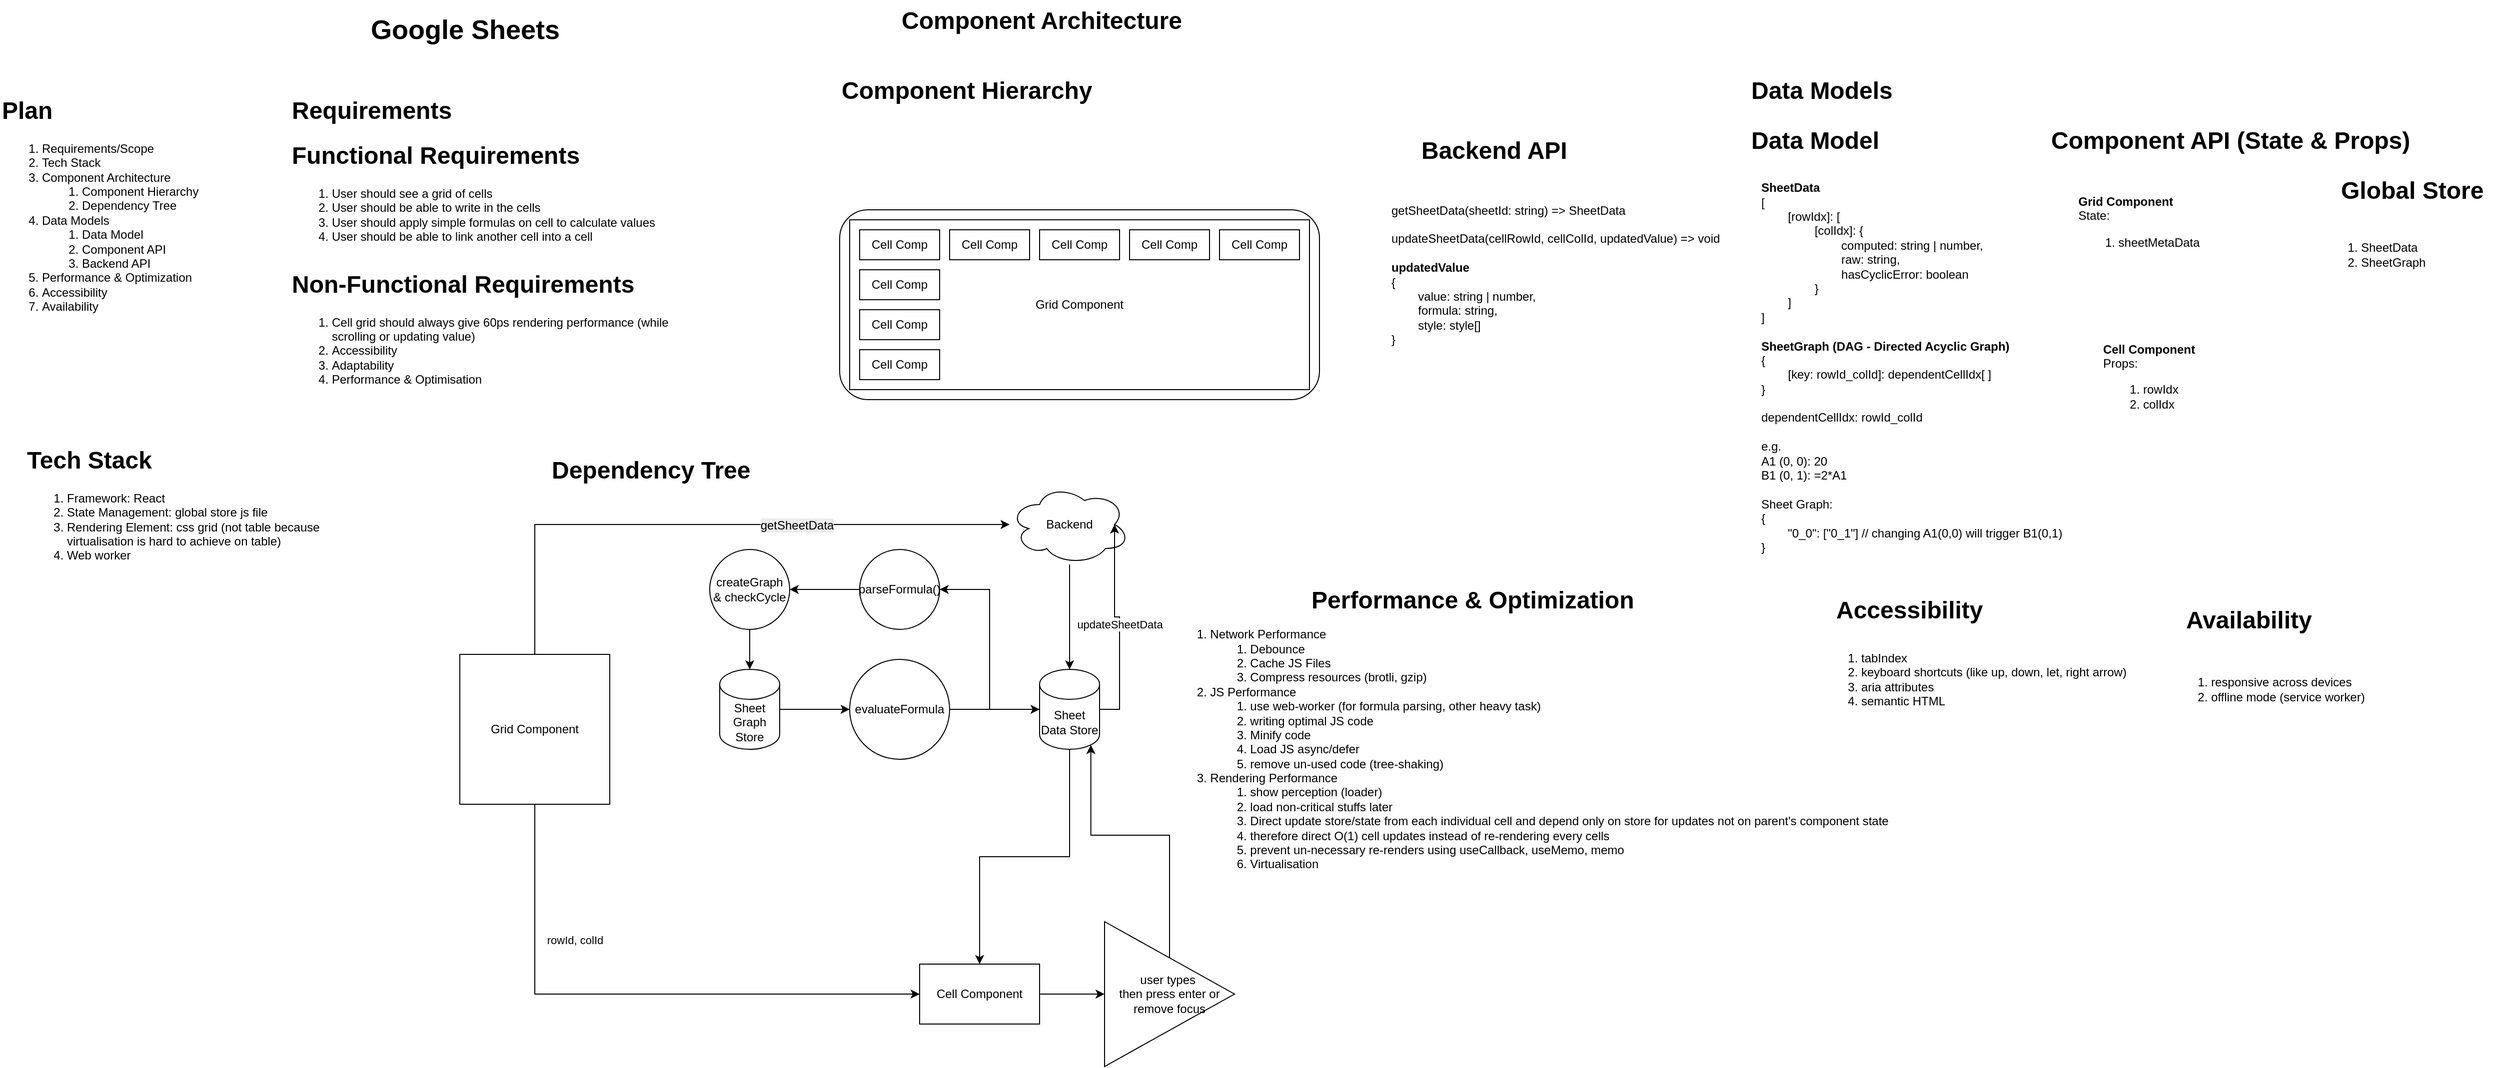
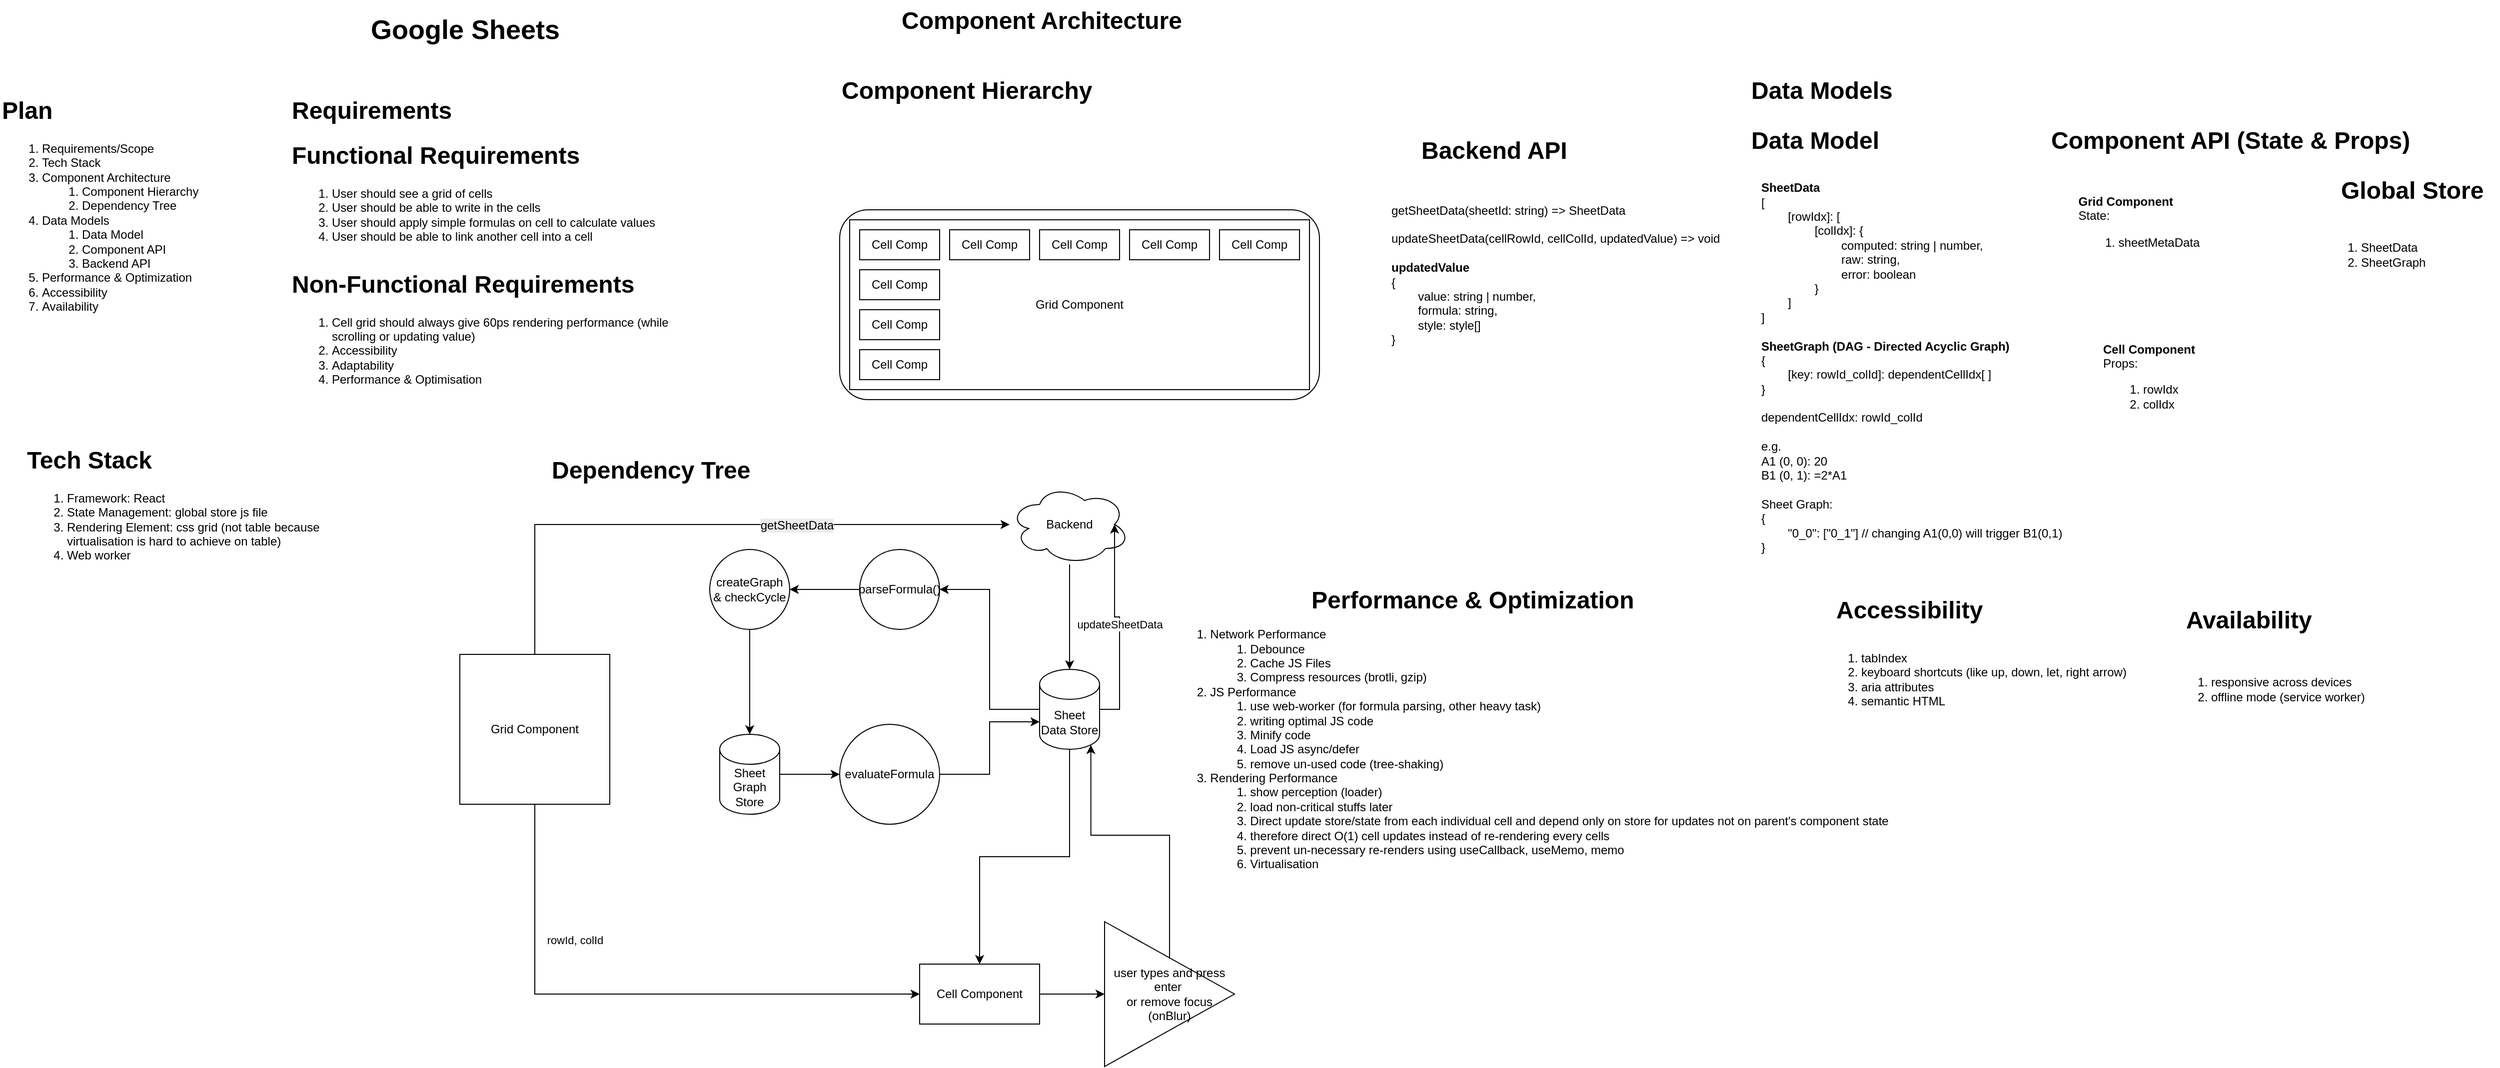
<mxfile host="app.diagrams.net">
  <diagram name="Page-1" id="GZXPSmaVhjIoUHQAW1LW">
-     <mxGraphModel dx="1294" dy="910" grid="1" gridSize="10" guides="1" tooltips="1" connect="1" arrows="1" fold="1" page="1" pageScale="1" pageWidth="850" pageHeight="1100" math="0" shadow="0">
+     <mxGraphModel dx="1522" dy="1071" grid="1" gridSize="10" guides="1" tooltips="1" connect="1" arrows="1" fold="1" page="1" pageScale="1" pageWidth="850" pageHeight="1100" math="0" shadow="0">
      <root>
        <mxCell id="0" />
        <mxCell id="1" parent="0" />
        <mxCell id="v2OB34sA-GqR4EwWEd6K-1" parent="1" style="text;strokeColor=none;fillColor=none;html=1;fontSize=27;fontStyle=1;verticalAlign=middle;align=center;autosizeText=1;" value="Google Sheets" vertex="1">
          <mxGeometry height="40" width="230" x="360" y="10" as="geometry" />
        </mxCell>
        <mxCell id="v2OB34sA-GqR4EwWEd6K-2" parent="1" style="text;html=1;whiteSpace=wrap;overflow=hidden;rounded=0;" value="&lt;h1 style=&quot;margin-top: 0px;&quot;&gt;Requirements&lt;/h1&gt;&lt;h1 style=&quot;margin-top: 0px;&quot;&gt;Functional Requirements&lt;/h1&gt;&lt;div&gt;&lt;ol&gt;&lt;li&gt;User should see a grid of cells&lt;/li&gt;&lt;li&gt;User should be able to write in the cells&lt;/li&gt;&lt;li&gt;User should apply simple formulas on cell to calculate values&lt;/li&gt;&lt;li&gt;User should be able to link another cell into a cell&lt;/li&gt;&lt;/ol&gt;&lt;div&gt;&lt;br&gt;&lt;/div&gt;&lt;/div&gt;&lt;div&gt;&lt;h1 style=&quot;margin-top: 0px;&quot;&gt;Non-Functional Requirements&lt;/h1&gt;&lt;div&gt;&lt;ol&gt;&lt;li&gt;Cell grid should always give 60ps rendering performance (while scrolling or updating value)&lt;/li&gt;&lt;li&gt;Accessibility&lt;/li&gt;&lt;li&gt;Adaptability&lt;/li&gt;&lt;li&gt;Performance &amp;amp; Optimisation&lt;/li&gt;&lt;/ol&gt;&lt;/div&gt;&lt;div&gt;&lt;ol&gt;&lt;/ol&gt;&lt;/div&gt;&lt;/div&gt;" vertex="1">
          <mxGeometry height="370" width="390" x="300" y="90" as="geometry" />
        </mxCell>
        <mxCell id="v2OB34sA-GqR4EwWEd6K-3" parent="1" style="text;html=1;whiteSpace=wrap;overflow=hidden;rounded=0;" value="&lt;h1 style=&quot;margin-top: 0px;&quot;&gt;Plan&lt;/h1&gt;&lt;p&gt;&lt;/p&gt;&lt;ol&gt;&lt;li&gt;Requirements/Scope&lt;/li&gt;&lt;li&gt;Tech Stack&lt;/li&gt;&lt;li&gt;Component Architecture&lt;/li&gt;&lt;ol&gt;&lt;li&gt;Component Hierarchy&lt;/li&gt;&lt;li&gt;Dependency Tree&lt;/li&gt;&lt;/ol&gt;&lt;li&gt;Data Models&lt;/li&gt;&lt;ol&gt;&lt;li&gt;Data Model&lt;/li&gt;&lt;li&gt;Component API&lt;/li&gt;&lt;li&gt;Backend API&lt;/li&gt;&lt;/ol&gt;&lt;li&gt;Performance &amp;amp; Optimization&amp;nbsp;&lt;/li&gt;&lt;li&gt;Accessibility&lt;/li&gt;&lt;li&gt;Availability&lt;/li&gt;&lt;/ol&gt;&lt;p&gt;&lt;/p&gt;" vertex="1">
          <mxGeometry height="230" width="230" x="10" y="90" as="geometry" />
        </mxCell>
        <mxCell id="v2OB34sA-GqR4EwWEd6K-4" parent="1" style="text;html=1;whiteSpace=wrap;overflow=hidden;rounded=0;" value="&lt;h1 style=&quot;margin-top: 0px;&quot;&gt;Tech Stack&lt;/h1&gt;&lt;p&gt;&lt;/p&gt;&lt;ol&gt;&lt;li&gt;Framework: React&lt;/li&gt;&lt;li&gt;State Management: global store js file&lt;/li&gt;&lt;li&gt;Rendering Element: css grid (not table because virtualisation is hard to achieve on table)&lt;/li&gt;&lt;li&gt;Web worker&lt;/li&gt;&lt;/ol&gt;&lt;p&gt;&lt;/p&gt;" vertex="1">
          <mxGeometry height="180" width="305" x="35" y="440" as="geometry" />
        </mxCell>
        <mxCell id="v2OB34sA-GqR4EwWEd6K-5" parent="1" style="text;whiteSpace=wrap;html=1;" value="&lt;h1 style=&quot;caret-color: rgb(0, 0, 0); color: rgb(0, 0, 0); font-family: Helvetica; font-style: normal; font-variant-caps: normal; letter-spacing: normal; orphans: 2; text-align: left; text-indent: 0px; text-transform: none; white-space: normal; widows: 2; word-spacing: 0px; -webkit-text-stroke-width: 0px; text-decoration-line: none; text-decoration-thickness: auto; text-decoration-style: solid; margin-top: 0px;&quot;&gt;Component Architecture&amp;nbsp;&lt;/h1&gt;" vertex="1">
          <mxGeometry height="40" width="310" x="910" as="geometry" />
        </mxCell>
        <mxCell id="v2OB34sA-GqR4EwWEd6K-6" parent="1" style="text;whiteSpace=wrap;html=1;" value="&lt;h1 style=&quot;caret-color: rgb(0, 0, 0); color: rgb(0, 0, 0); font-family: Helvetica; font-style: normal; font-variant-caps: normal; letter-spacing: normal; orphans: 2; text-align: left; text-indent: 0px; text-transform: none; white-space: normal; widows: 2; word-spacing: 0px; -webkit-text-stroke-width: 0px; text-decoration-line: none; text-decoration-thickness: auto; text-decoration-style: solid; margin-top: 0px;&quot;&gt;Component Hierarchy &amp;nbsp;&lt;/h1&gt;" vertex="1">
          <mxGeometry height="40" width="310" x="850" y="70" as="geometry" />
        </mxCell>
        <mxCell id="v2OB34sA-GqR4EwWEd6K-7" parent="1" style="rounded=1;whiteSpace=wrap;html=1;" value="" vertex="1">
          <mxGeometry height="190" width="480" x="850" y="210" as="geometry" />
        </mxCell>
        <mxCell id="v2OB34sA-GqR4EwWEd6K-9" parent="1" style="rounded=0;whiteSpace=wrap;html=1;" value="Grid Component" vertex="1">
          <mxGeometry height="170" width="460" x="860" y="220" as="geometry" />
        </mxCell>
        <mxCell id="v2OB34sA-GqR4EwWEd6K-11" parent="1" style="rounded=0;whiteSpace=wrap;html=1;" value="Cell Comp" vertex="1">
          <mxGeometry height="30" width="80" x="870" y="230" as="geometry" />
        </mxCell>
        <mxCell id="v2OB34sA-GqR4EwWEd6K-12" parent="1" style="rounded=0;whiteSpace=wrap;html=1;" value="Cell Comp" vertex="1">
          <mxGeometry height="30" width="80" x="960" y="230" as="geometry" />
        </mxCell>
        <mxCell id="v2OB34sA-GqR4EwWEd6K-13" parent="1" style="rounded=0;whiteSpace=wrap;html=1;" value="Cell Comp" vertex="1">
          <mxGeometry height="30" width="80" x="1050" y="230" as="geometry" />
        </mxCell>
        <mxCell id="v2OB34sA-GqR4EwWEd6K-14" parent="1" style="rounded=0;whiteSpace=wrap;html=1;" value="Cell Comp" vertex="1">
          <mxGeometry height="30" width="80" x="1140" y="230" as="geometry" />
        </mxCell>
        <mxCell id="v2OB34sA-GqR4EwWEd6K-15" parent="1" style="rounded=0;whiteSpace=wrap;html=1;" value="Cell Comp" vertex="1">
          <mxGeometry height="30" width="80" x="1230" y="230" as="geometry" />
        </mxCell>
        <mxCell id="v2OB34sA-GqR4EwWEd6K-16" parent="1" style="rounded=0;whiteSpace=wrap;html=1;" value="Cell Comp" vertex="1">
          <mxGeometry height="30" width="80" x="870" y="270" as="geometry" />
        </mxCell>
        <mxCell id="v2OB34sA-GqR4EwWEd6K-17" parent="1" style="rounded=0;whiteSpace=wrap;html=1;" value="Cell Comp" vertex="1">
          <mxGeometry height="30" width="80" x="870" y="310" as="geometry" />
        </mxCell>
        <mxCell id="v2OB34sA-GqR4EwWEd6K-18" parent="1" style="rounded=0;whiteSpace=wrap;html=1;" value="Cell Comp" vertex="1">
          <mxGeometry height="30" width="80" x="870" y="350" as="geometry" />
        </mxCell>
        <mxCell id="v2OB34sA-GqR4EwWEd6K-19" parent="1" style="text;whiteSpace=wrap;html=1;" value="&lt;h1 style=&quot;caret-color: rgb(0, 0, 0); color: rgb(0, 0, 0); font-family: Helvetica; font-style: normal; font-variant-caps: normal; letter-spacing: normal; orphans: 2; text-align: left; text-indent: 0px; text-transform: none; white-space: normal; widows: 2; word-spacing: 0px; -webkit-text-stroke-width: 0px; text-decoration-line: none; text-decoration-thickness: auto; text-decoration-style: solid; margin-top: 0px;&quot;&gt;Dependency Tree&lt;/h1&gt;" vertex="1">
          <mxGeometry height="40" width="220" x="560" y="450" as="geometry" />
        </mxCell>
        <mxCell id="v2OB34sA-GqR4EwWEd6K-20" parent="1" style="text;whiteSpace=wrap;html=1;" value="&lt;h1 style=&quot;caret-color: rgb(0, 0, 0); color: rgb(0, 0, 0); font-family: Helvetica; font-style: normal; font-variant-caps: normal; letter-spacing: normal; orphans: 2; text-align: left; text-indent: 0px; text-transform: none; white-space: normal; widows: 2; word-spacing: 0px; -webkit-text-stroke-width: 0px; text-decoration-line: none; text-decoration-thickness: auto; text-decoration-style: solid; margin-top: 0px;&quot;&gt;Data Models&lt;/h1&gt;" vertex="1">
          <mxGeometry height="40" width="310" x="1760" y="70" as="geometry" />
        </mxCell>
        <mxCell id="v2OB34sA-GqR4EwWEd6K-21" parent="1" style="text;whiteSpace=wrap;html=1;" value="&lt;h1 style=&quot;caret-color: rgb(0, 0, 0); color: rgb(0, 0, 0); font-family: Helvetica; font-style: normal; font-variant-caps: normal; letter-spacing: normal; orphans: 2; text-align: left; text-indent: 0px; text-transform: none; white-space: normal; widows: 2; word-spacing: 0px; -webkit-text-stroke-width: 0px; text-decoration-line: none; text-decoration-thickness: auto; text-decoration-style: solid; margin-top: 0px;&quot;&gt;Backend API&lt;/h1&gt;" vertex="1">
          <mxGeometry height="40" width="310" x="1430" y="130" as="geometry" />
        </mxCell>
        <mxCell id="v2OB34sA-GqR4EwWEd6K-22" parent="1" style="text;html=1;whiteSpace=wrap;strokeColor=none;fillColor=none;align=left;verticalAlign=middle;rounded=0;autosize=1;resizable=0;" value="&lt;div&gt;getSheetData(sheetId: string) =&amp;gt;&amp;nbsp;SheetData&lt;/div&gt;&lt;div&gt;&lt;br&gt;&lt;/div&gt;&lt;div&gt;updateSheetData(cellRowId, cellColId, updatedValue) =&amp;gt; void&lt;/div&gt;&lt;div&gt;&lt;br&gt;&lt;/div&gt;&lt;div&gt;&lt;b&gt;updatedValue&lt;/b&gt;&lt;br&gt;&lt;/div&gt;&lt;div&gt;{&lt;/div&gt;&lt;div&gt;&lt;span style=&quot;white-space: pre;&quot;&gt;&#x9;&lt;/span&gt;&lt;span style=&quot;white-space: pre;&quot;&gt;value: string | number,&lt;/span&gt;&lt;br&gt;&lt;/div&gt;&lt;div&gt;&lt;span style=&quot;white-space: pre;&quot;&gt;&#x9;formula: string,&lt;/span&gt;&lt;/div&gt;&lt;div&gt;&lt;span style=&quot;white-space: pre;&quot;&gt;&#x9;style: style[]&lt;/span&gt;&lt;/div&gt;&lt;div&gt;}&lt;/div&gt;" vertex="1">
          <mxGeometry height="150" width="350" x="1400" y="200" as="geometry" />
        </mxCell>
        <mxCell id="v2OB34sA-GqR4EwWEd6K-24" parent="1" style="text;whiteSpace=wrap;html=1;" value="&lt;h1 style=&quot;caret-color: rgb(0, 0, 0); color: rgb(0, 0, 0); font-family: Helvetica; font-style: normal; font-variant-caps: normal; letter-spacing: normal; orphans: 2; text-align: left; text-indent: 0px; text-transform: none; white-space: normal; widows: 2; word-spacing: 0px; -webkit-text-stroke-width: 0px; text-decoration-line: none; text-decoration-thickness: auto; text-decoration-style: solid; margin-top: 0px;&quot;&gt;Data Model&lt;/h1&gt;" vertex="1">
          <mxGeometry height="40" width="180" x="1760" y="120" as="geometry" />
        </mxCell>
-         <mxCell id="v2OB34sA-GqR4EwWEd6K-25" parent="1" style="text;html=1;whiteSpace=wrap;strokeColor=none;fillColor=none;align=left;verticalAlign=middle;rounded=0;" value="&lt;div&gt;&lt;b&gt;SheetData&lt;/b&gt;&lt;/div&gt;[&lt;div&gt;&lt;span style=&quot;white-space: pre;&quot;&gt;&#x9;[rowIdx]: [&lt;/span&gt;&lt;/div&gt;&lt;div&gt;&lt;span style=&quot;white-space: pre;&quot;&gt;&#x9;&#x9;[colIdx]: {&lt;/span&gt;&lt;/div&gt;&lt;div&gt;&lt;span style=&quot;white-space: pre;&quot;&gt;&#x9;&#x9;&#x9;computed: string | number,&lt;/span&gt;&lt;/div&gt;&lt;div&gt;&lt;span style=&quot;white-space: pre;&quot;&gt;&#x9;&#x9;&#x9;raw: string,&lt;/span&gt;&lt;/div&gt;&lt;div&gt;&lt;span style=&quot;white-space: pre;&quot;&gt;&lt;span style=&quot;white-space: pre;&quot;&gt;&#x9;&lt;/span&gt;&lt;span style=&quot;white-space: pre;&quot;&gt;&#x9;&lt;/span&gt;&lt;span style=&quot;white-space: pre;&quot;&gt;&#x9;hasCyclicError: boolean&lt;/span&gt;&lt;br&gt;&lt;/span&gt;&lt;/div&gt;&lt;div&gt;&lt;span style=&quot;white-space: pre;&quot;&gt;&#x9;&#x9;}&lt;/span&gt;&lt;/div&gt;&lt;div&gt;&lt;span style=&quot;white-space: pre;&quot;&gt;&#x9;]&lt;/span&gt;&lt;/div&gt;&lt;div&gt;]&lt;/div&gt;&lt;div&gt;&lt;br&gt;&lt;/div&gt;&lt;div&gt;&lt;b&gt;SheetGraph (DAG - Directed Acyclic Graph)&lt;/b&gt;&lt;/div&gt;&lt;div&gt;{&lt;/div&gt;&lt;div&gt;&lt;span style=&quot;white-space: pre;&quot;&gt;&#x9;[key: rowId_colId]: dependentCellIdx[ ]&lt;/span&gt;&lt;br&gt;&lt;/div&gt;&lt;div&gt;}&lt;/div&gt;&lt;div&gt;&lt;br&gt;&lt;/div&gt;&lt;div&gt;&lt;span style=&quot;white-space: pre;&quot;&gt;dependentCellIdx: &lt;/span&gt;&lt;span style=&quot;white-space: pre;&quot;&gt;rowId_colId&lt;/span&gt;&lt;/div&gt;&lt;div&gt;&lt;span style=&quot;white-space: pre;&quot;&gt;&lt;br&gt;&lt;/span&gt;&lt;/div&gt;&lt;div&gt;&lt;span style=&quot;white-space: pre;&quot;&gt;e.g.&lt;/span&gt;&lt;/div&gt;&lt;div&gt;&lt;span style=&quot;white-space: pre;&quot;&gt;A1 (0, 0): 20&lt;/span&gt;&lt;/div&gt;&lt;div&gt;&lt;span style=&quot;white-space: pre;&quot;&gt;B1 (0, 1): =2*A1&lt;/span&gt;&lt;/div&gt;&lt;div&gt;&lt;span style=&quot;white-space: pre;&quot;&gt;&lt;br&gt;&lt;/span&gt;&lt;/div&gt;&lt;div&gt;&lt;span style=&quot;white-space: pre;&quot;&gt;Sheet Graph: &lt;/span&gt;&lt;/div&gt;&lt;div&gt;&lt;span style=&quot;white-space: pre;&quot;&gt;{&lt;/span&gt;&lt;/div&gt;&lt;div&gt;&lt;span style=&quot;white-space: pre;&quot;&gt;&lt;span style=&quot;white-space: pre;&quot;&gt;&#x9;&quot;0_0&quot;: [&quot;0_1&quot;] // changing A1(0,0) will trigger B1(0,1)&lt;/span&gt;&lt;br&gt;&lt;/span&gt;&lt;/div&gt;&lt;div&gt;&lt;span style=&quot;white-space: pre;&quot;&gt;}&lt;/span&gt;&lt;/div&gt;&lt;div&gt;&lt;span style=&quot;white-space: pre;&quot;&gt;&lt;br&gt;&lt;/span&gt;&lt;/div&gt;" vertex="1">
+         <mxCell id="v2OB34sA-GqR4EwWEd6K-25" parent="1" style="text;html=1;whiteSpace=wrap;strokeColor=none;fillColor=none;align=left;verticalAlign=middle;rounded=0;" value="&lt;div&gt;&lt;b&gt;SheetData&lt;/b&gt;&lt;/div&gt;[&lt;div&gt;&lt;span style=&quot;white-space: pre;&quot;&gt;&#x9;[rowIdx]: [&lt;/span&gt;&lt;/div&gt;&lt;div&gt;&lt;span style=&quot;white-space: pre;&quot;&gt;&#x9;&#x9;[colIdx]: {&lt;/span&gt;&lt;/div&gt;&lt;div&gt;&lt;span style=&quot;white-space: pre;&quot;&gt;&#x9;&#x9;&#x9;computed: string | number,&lt;/span&gt;&lt;/div&gt;&lt;div&gt;&lt;span style=&quot;white-space: pre;&quot;&gt;&#x9;&#x9;&#x9;raw: string,&lt;/span&gt;&lt;/div&gt;&lt;div&gt;&lt;span style=&quot;white-space: pre;&quot;&gt;&lt;span style=&quot;white-space: pre;&quot;&gt;&#x9;&lt;/span&gt;&lt;span style=&quot;white-space: pre;&quot;&gt;&#x9;&lt;/span&gt;&lt;span style=&quot;white-space: pre;&quot;&gt;&#x9;error: boolean&lt;/span&gt;&lt;br&gt;&lt;/span&gt;&lt;/div&gt;&lt;div&gt;&lt;span style=&quot;white-space: pre;&quot;&gt;&#x9;&#x9;}&lt;/span&gt;&lt;/div&gt;&lt;div&gt;&lt;span style=&quot;white-space: pre;&quot;&gt;&#x9;]&lt;/span&gt;&lt;/div&gt;&lt;div&gt;]&lt;/div&gt;&lt;div&gt;&lt;br&gt;&lt;/div&gt;&lt;div&gt;&lt;b&gt;SheetGraph (DAG - Directed Acyclic Graph)&lt;/b&gt;&lt;/div&gt;&lt;div&gt;{&lt;/div&gt;&lt;div&gt;&lt;span style=&quot;white-space: pre;&quot;&gt;&#x9;[key: rowId_colId]: dependentCellIdx[ ]&lt;/span&gt;&lt;br&gt;&lt;/div&gt;&lt;div&gt;}&lt;/div&gt;&lt;div&gt;&lt;br&gt;&lt;/div&gt;&lt;div&gt;&lt;span style=&quot;white-space: pre;&quot;&gt;dependentCellIdx: &lt;/span&gt;&lt;span style=&quot;white-space: pre;&quot;&gt;rowId_colId&lt;/span&gt;&lt;/div&gt;&lt;div&gt;&lt;span style=&quot;white-space: pre;&quot;&gt;&lt;br&gt;&lt;/span&gt;&lt;/div&gt;&lt;div&gt;&lt;span style=&quot;white-space: pre;&quot;&gt;e.g.&lt;/span&gt;&lt;/div&gt;&lt;div&gt;&lt;span style=&quot;white-space: pre;&quot;&gt;A1 (0, 0): 20&lt;/span&gt;&lt;/div&gt;&lt;div&gt;&lt;span style=&quot;white-space: pre;&quot;&gt;B1 (0, 1): =2*A1&lt;/span&gt;&lt;/div&gt;&lt;div&gt;&lt;span style=&quot;white-space: pre;&quot;&gt;&lt;br&gt;&lt;/span&gt;&lt;/div&gt;&lt;div&gt;&lt;span style=&quot;white-space: pre;&quot;&gt;Sheet Graph: &lt;/span&gt;&lt;/div&gt;&lt;div&gt;&lt;span style=&quot;white-space: pre;&quot;&gt;{&lt;/span&gt;&lt;/div&gt;&lt;div&gt;&lt;span style=&quot;white-space: pre;&quot;&gt;&lt;span style=&quot;white-space: pre;&quot;&gt;&#x9;&quot;0_0&quot;: [&quot;0_1&quot;] // changing A1(0,0) will trigger B1(0,1)&lt;/span&gt;&lt;br&gt;&lt;/span&gt;&lt;/div&gt;&lt;div&gt;&lt;span style=&quot;white-space: pre;&quot;&gt;}&lt;/span&gt;&lt;/div&gt;&lt;div&gt;&lt;span style=&quot;white-space: pre;&quot;&gt;&lt;br&gt;&lt;/span&gt;&lt;/div&gt;" vertex="1">
          <mxGeometry height="370" width="310" x="1770" y="190" as="geometry" />
        </mxCell>
        <mxCell id="v2OB34sA-GqR4EwWEd6K-27" parent="1" style="text;whiteSpace=wrap;html=1;" value="&lt;h1 style=&quot;caret-color: rgb(0, 0, 0); color: rgb(0, 0, 0); font-family: Helvetica; font-style: normal; font-variant-caps: normal; letter-spacing: normal; orphans: 2; text-align: left; text-indent: 0px; text-transform: none; white-space: normal; widows: 2; word-spacing: 0px; -webkit-text-stroke-width: 0px; text-decoration-line: none; text-decoration-thickness: auto; text-decoration-style: solid; margin-top: 0px;&quot;&gt;Component API (State &amp;amp; Props)&lt;/h1&gt;" vertex="1">
          <mxGeometry height="40" width="370" x="2060" y="120" as="geometry" />
        </mxCell>
        <mxCell id="v2OB34sA-GqR4EwWEd6K-30" parent="1" style="text;html=1;whiteSpace=wrap;strokeColor=none;fillColor=none;align=center;verticalAlign=middle;rounded=0;autosize=1;resizable=0;" value="&lt;div style=&quot;text-align: left;&quot;&gt;&lt;b&gt;Grid Component&lt;/b&gt;&lt;/div&gt;&lt;div style=&quot;text-align: left;&quot;&gt;State:&lt;/div&gt;&lt;div style=&quot;text-align: left;&quot;&gt;&lt;ol&gt;&lt;li&gt;sheetMetaData&lt;/li&gt;&lt;/ol&gt;&lt;/div&gt;&lt;div&gt;&lt;br&gt;&lt;/div&gt;" vertex="1">
          <mxGeometry height="90" width="140" x="2080" y="190" as="geometry" />
        </mxCell>
        <mxCell id="v2OB34sA-GqR4EwWEd6K-32" parent="1" style="text;html=1;whiteSpace=wrap;strokeColor=none;fillColor=none;align=center;verticalAlign=middle;rounded=0;autosize=1;resizable=0;" value="&lt;div style=&quot;text-align: left;&quot;&gt;&lt;b&gt;Cell Component&lt;/b&gt;&lt;/div&gt;&lt;div style=&quot;text-align: left;&quot;&gt;Props:&lt;br&gt;&lt;/div&gt;&lt;div style=&quot;&quot;&gt;&lt;ol&gt;&lt;li style=&quot;text-align: left;&quot;&gt;rowIdx&lt;/li&gt;&lt;li style=&quot;text-align: left;&quot;&gt;colIdx&lt;/li&gt;&lt;/ol&gt;&lt;/div&gt;&lt;div&gt;&lt;br&gt;&lt;/div&gt;" vertex="1">
          <mxGeometry height="110" width="120" x="2100" y="335" as="geometry" />
        </mxCell>
        <mxCell id="v2OB34sA-GqR4EwWEd6K-33" parent="1" style="text;whiteSpace=wrap;html=1;" value="&lt;h1 style=&quot;caret-color: rgb(0, 0, 0); color: rgb(0, 0, 0); font-family: Helvetica; font-style: normal; font-variant-caps: normal; letter-spacing: normal; orphans: 2; text-align: left; text-indent: 0px; text-transform: none; white-space: normal; widows: 2; word-spacing: 0px; -webkit-text-stroke-width: 0px; text-decoration-line: none; text-decoration-thickness: auto; text-decoration-style: solid; margin-top: 0px;&quot;&gt;Global Store&lt;/h1&gt;" vertex="1">
          <mxGeometry height="40" width="160" x="2350" y="170" as="geometry" />
        </mxCell>
        <mxCell id="v2OB34sA-GqR4EwWEd6K-34" parent="1" style="text;html=1;whiteSpace=wrap;strokeColor=none;fillColor=none;align=left;verticalAlign=middle;rounded=0;autosize=1;resizable=0;" value="&lt;div style=&quot;&quot;&gt;&lt;ol&gt;&lt;li&gt;SheetData&lt;br&gt;&lt;/li&gt;&lt;li&gt;SheetGraph&lt;br&gt;&lt;/li&gt;&lt;/ol&gt;&lt;/div&gt;" vertex="1">
          <mxGeometry height="70" width="130" x="2330" y="220" as="geometry" />
        </mxCell>
        <mxCell id="v2OB34sA-GqR4EwWEd6K-46" edge="1" parent="1" source="v2OB34sA-GqR4EwWEd6K-36" style="edgeStyle=orthogonalEdgeStyle;rounded=0;orthogonalLoop=1;jettySize=auto;html=1;entryX=0;entryY=0.5;entryDx=0;entryDy=0;exitX=0.5;exitY=1;exitDx=0;exitDy=0;" target="v2OB34sA-GqR4EwWEd6K-45">
          <mxGeometry relative="1" as="geometry" />
        </mxCell>
        <mxCell id="v2OB34sA-GqR4EwWEd6K-47" connectable="0" parent="v2OB34sA-GqR4EwWEd6K-46" style="edgeLabel;html=1;align=center;verticalAlign=middle;resizable=0;points=[];" value="rowId, colId" vertex="1">
          <mxGeometry relative="1" x="-0.2032" y="-1" as="geometry">
            <mxPoint x="1" y="-55" as="offset" />
          </mxGeometry>
        </mxCell>
        <mxCell id="v2OB34sA-GqR4EwWEd6K-36" parent="1" style="whiteSpace=wrap;html=1;aspect=fixed;" value="Grid Component" vertex="1">
          <mxGeometry height="150" width="150" x="470" y="655" as="geometry" />
        </mxCell>
        <mxCell id="v2OB34sA-GqR4EwWEd6K-39" edge="1" parent="1" source="v2OB34sA-GqR4EwWEd6K-36" style="edgeStyle=orthogonalEdgeStyle;rounded=0;orthogonalLoop=1;jettySize=auto;html=1;entryX=0;entryY=0.5;entryDx=0;entryDy=0;entryPerimeter=0;exitX=0.5;exitY=0;exitDx=0;exitDy=0;" target="v2OB34sA-GqR4EwWEd6K-38" value="">
          <mxGeometry relative="1" as="geometry">
            <mxPoint x="705" y="650" as="sourcePoint" />
            <mxPoint x="975" y="570" as="targetPoint" />
          </mxGeometry>
        </mxCell>
        <mxCell id="v2OB34sA-GqR4EwWEd6K-53" connectable="0" parent="v2OB34sA-GqR4EwWEd6K-39" style="edgeLabel;html=1;align=center;verticalAlign=middle;resizable=0;points=[];" value="&lt;span style=&quot;font-size: 12px; text-align: left; white-space: normal; background-color: rgb(236, 236, 236);&quot;&gt;getSheetData&lt;/span&gt;" vertex="1">
          <mxGeometry relative="1" x="0.2935" y="-1" as="geometry">
            <mxPoint as="offset" />
          </mxGeometry>
        </mxCell>
        <mxCell id="v2OB34sA-GqR4EwWEd6K-38" parent="1" style="ellipse;shape=cloud;whiteSpace=wrap;html=1;" value="Backend" vertex="1">
          <mxGeometry height="80" width="120" x="1020" y="485" as="geometry" />
        </mxCell>
        <mxCell id="v2OB34sA-GqR4EwWEd6K-50" edge="1" parent="1" source="v2OB34sA-GqR4EwWEd6K-41" style="edgeStyle=orthogonalEdgeStyle;rounded=0;orthogonalLoop=1;jettySize=auto;html=1;entryX=0.5;entryY=0;entryDx=0;entryDy=0;" target="v2OB34sA-GqR4EwWEd6K-45" value="">
          <mxGeometry relative="1" as="geometry">
            <mxPoint x="1080" y="830" as="targetPoint" />
          </mxGeometry>
        </mxCell>
        <mxCell id="v2OB34sA-GqR4EwWEd6K-65" edge="1" parent="1" source="v2OB34sA-GqR4EwWEd6K-41" style="edgeStyle=orthogonalEdgeStyle;rounded=0;orthogonalLoop=1;jettySize=auto;html=1;entryX=1;entryY=0.5;entryDx=0;entryDy=0;" target="v2OB34sA-GqR4EwWEd6K-64">
          <mxGeometry relative="1" as="geometry" />
        </mxCell>
        <mxCell id="v2OB34sA-GqR4EwWEd6K-41" parent="1" style="shape=cylinder3;whiteSpace=wrap;html=1;boundedLbl=1;backgroundOutline=1;size=15;" value="Sheet Data Store" vertex="1">
          <mxGeometry height="80" width="60" x="1050" y="670" as="geometry" />
        </mxCell>
-         <mxCell id="v2OB34sA-GqR4EwWEd6K-67" edge="1" parent="1" source="v2OB34sA-GqR4EwWEd6K-71" style="edgeStyle=orthogonalEdgeStyle;rounded=0;orthogonalLoop=1;jettySize=auto;html=1;" target="v2OB34sA-GqR4EwWEd6K-41">
+         <mxCell id="v2OB34sA-GqR4EwWEd6K-67" edge="1" parent="1" source="v2OB34sA-GqR4EwWEd6K-71" style="edgeStyle=orthogonalEdgeStyle;rounded=0;orthogonalLoop=1;jettySize=auto;html=1;entryX=0;entryY=0;entryDx=0;entryDy=52.5;entryPerimeter=0;" target="v2OB34sA-GqR4EwWEd6K-41">
          <mxGeometry relative="1" as="geometry" />
        </mxCell>
        <mxCell id="v2OB34sA-GqR4EwWEd6K-42" parent="1" style="shape=cylinder3;whiteSpace=wrap;html=1;boundedLbl=1;backgroundOutline=1;size=15;" value="Sheet Graph Store" vertex="1">
-           <mxGeometry height="80" width="60" x="730" y="670" as="geometry" />
+           <mxGeometry height="80" width="60" x="730" y="735" as="geometry" />
        </mxCell>
        <mxCell id="v2OB34sA-GqR4EwWEd6K-43" edge="1" parent="1" source="v2OB34sA-GqR4EwWEd6K-38" style="edgeStyle=orthogonalEdgeStyle;rounded=0;orthogonalLoop=1;jettySize=auto;html=1;entryX=0.5;entryY=0;entryDx=0;entryDy=0;entryPerimeter=0;" target="v2OB34sA-GqR4EwWEd6K-41">
          <mxGeometry relative="1" as="geometry" />
        </mxCell>
        <mxCell id="v2OB34sA-GqR4EwWEd6K-77" edge="1" parent="1" source="v2OB34sA-GqR4EwWEd6K-45" style="edgeStyle=orthogonalEdgeStyle;rounded=0;orthogonalLoop=1;jettySize=auto;html=1;" target="v2OB34sA-GqR4EwWEd6K-76">
          <mxGeometry relative="1" as="geometry" />
        </mxCell>
        <mxCell id="v2OB34sA-GqR4EwWEd6K-45" parent="1" style="rounded=0;whiteSpace=wrap;html=1;" value="Cell Component" vertex="1">
          <mxGeometry height="60" width="120" x="930" y="965" as="geometry" />
        </mxCell>
        <mxCell id="v2OB34sA-GqR4EwWEd6K-54" parent="1" style="text;whiteSpace=wrap;html=1;" value="&lt;h1 style=&quot;caret-color: rgb(0, 0, 0); color: rgb(0, 0, 0); font-family: Helvetica; font-style: normal; font-variant-caps: normal; letter-spacing: normal; orphans: 2; text-align: left; text-indent: 0px; text-transform: none; white-space: normal; widows: 2; word-spacing: 0px; -webkit-text-stroke-width: 0px; text-decoration-line: none; text-decoration-thickness: auto; text-decoration-style: solid; margin-top: 0px;&quot;&gt;Performance &amp;amp; Optimization&amp;nbsp;&lt;/h1&gt;" vertex="1">
          <mxGeometry height="40" width="360" x="1320" y="580" as="geometry" />
        </mxCell>
        <mxCell id="v2OB34sA-GqR4EwWEd6K-56" parent="1" style="text;html=1;whiteSpace=wrap;strokeColor=none;fillColor=none;align=center;verticalAlign=middle;rounded=0;autosize=1;resizable=0;" value="&lt;ol&gt;&lt;li style=&quot;text-align: left;&quot;&gt;Network Performance&lt;/li&gt;&lt;ol&gt;&lt;li style=&quot;text-align: left;&quot;&gt;Debounce&lt;/li&gt;&lt;li style=&quot;text-align: left;&quot;&gt;Cache JS Files&lt;/li&gt;&lt;li style=&quot;text-align: left;&quot;&gt;Compress resources (brotli, gzip)&lt;/li&gt;&lt;/ol&gt;&lt;li style=&quot;text-align: left;&quot;&gt;JS Performance&lt;/li&gt;&lt;ol&gt;&lt;li style=&quot;text-align: left;&quot;&gt;use web-worker (for formula parsing, other heavy task)&lt;/li&gt;&lt;li style=&quot;text-align: left;&quot;&gt;writing optimal JS code&lt;/li&gt;&lt;li style=&quot;text-align: left;&quot;&gt;Minify code&lt;/li&gt;&lt;li style=&quot;text-align: left;&quot;&gt;Load JS async/defer&lt;/li&gt;&lt;li style=&quot;text-align: left;&quot;&gt;remove un-used code (tree-shaking)&lt;/li&gt;&lt;/ol&gt;&lt;li style=&quot;text-align: left;&quot;&gt;Rendering Performance&lt;/li&gt;&lt;ol&gt;&lt;li style=&quot;text-align: left;&quot;&gt;show perception (loader)&lt;/li&gt;&lt;li style=&quot;text-align: left;&quot;&gt;load non-critical stuffs later&lt;/li&gt;&lt;li style=&quot;text-align: left;&quot;&gt;Direct update store/state from each individual cell and depend only on store for updates not on parent&#39;s component state&lt;/li&gt;&lt;li style=&quot;text-align: left;&quot;&gt;therefore direct O(1) cell updates instead of re-rendering every cells&lt;/li&gt;&lt;li style=&quot;text-align: left;&quot;&gt;prevent un-necessary re-renders using useCallback, useMemo, memo&lt;/li&gt;&lt;li style=&quot;text-align: left;&quot;&gt;Virtualisation&lt;/li&gt;&lt;/ol&gt;&lt;/ol&gt;" vertex="1">
          <mxGeometry height="280" width="740" x="1170" y="610" as="geometry" />
        </mxCell>
        <mxCell id="v2OB34sA-GqR4EwWEd6K-57" parent="1" style="text;whiteSpace=wrap;html=1;" value="&lt;h1 style=&quot;caret-color: rgb(0, 0, 0); color: rgb(0, 0, 0); font-family: Helvetica; font-style: normal; font-variant-caps: normal; letter-spacing: normal; orphans: 2; text-align: left; text-indent: 0px; text-transform: none; white-space: normal; widows: 2; word-spacing: 0px; -webkit-text-stroke-width: 0px; text-decoration-line: none; text-decoration-thickness: auto; text-decoration-style: solid; margin-top: 0px;&quot;&gt;Accessibility&lt;/h1&gt;" vertex="1">
          <mxGeometry height="40" width="255" x="1845" y="590" as="geometry" />
        </mxCell>
        <mxCell id="v2OB34sA-GqR4EwWEd6K-58" parent="1" style="text;html=1;whiteSpace=wrap;strokeColor=none;fillColor=none;align=left;verticalAlign=middle;rounded=0;autosize=1;resizable=0;" value="&lt;ol&gt;&lt;li style=&quot;&quot;&gt;tabIndex&lt;/li&gt;&lt;li style=&quot;&quot;&gt;keyboard shortcuts (like up, down, let, right arrow)&lt;/li&gt;&lt;li style=&quot;&quot;&gt;aria attributes&lt;/li&gt;&lt;li style=&quot;&quot;&gt;semantic HTML&lt;/li&gt;&lt;/ol&gt;" vertex="1">
          <mxGeometry height="90" width="330" x="1830" y="635" as="geometry" />
        </mxCell>
        <mxCell id="v2OB34sA-GqR4EwWEd6K-59" parent="1" style="text;whiteSpace=wrap;html=1;" value="&lt;h1 style=&quot;caret-color: rgb(0, 0, 0); color: rgb(0, 0, 0); font-family: Helvetica; font-style: normal; font-variant-caps: normal; letter-spacing: normal; orphans: 2; text-align: left; text-indent: 0px; text-transform: none; white-space: normal; widows: 2; word-spacing: 0px; -webkit-text-stroke-width: 0px; text-decoration-line: none; text-decoration-thickness: auto; text-decoration-style: solid; margin-top: 0px;&quot;&gt;Availability&lt;/h1&gt;" vertex="1">
          <mxGeometry height="40" width="255" x="2195" y="600" as="geometry" />
        </mxCell>
        <mxCell id="v2OB34sA-GqR4EwWEd6K-60" parent="1" style="text;html=1;whiteSpace=wrap;strokeColor=none;fillColor=none;align=left;verticalAlign=middle;rounded=0;autosize=1;resizable=0;" value="&lt;ol&gt;&lt;li style=&quot;&quot;&gt;responsive across devices&lt;/li&gt;&lt;li style=&quot;&quot;&gt;offline mode (service worker)&lt;/li&gt;&lt;/ol&gt;" vertex="1">
          <mxGeometry height="70" width="220" x="2180" y="655" as="geometry" />
        </mxCell>
        <mxCell id="v2OB34sA-GqR4EwWEd6K-69" edge="1" parent="1" source="v2OB34sA-GqR4EwWEd6K-61" style="edgeStyle=orthogonalEdgeStyle;rounded=0;orthogonalLoop=1;jettySize=auto;html=1;" target="v2OB34sA-GqR4EwWEd6K-42">
          <mxGeometry relative="1" as="geometry" />
        </mxCell>
        <mxCell id="v2OB34sA-GqR4EwWEd6K-61" parent="1" style="ellipse;whiteSpace=wrap;html=1;aspect=fixed;" value="createGraph &amp;amp; checkCycle" vertex="1">
          <mxGeometry height="80" width="80" x="720" y="550" as="geometry" />
        </mxCell>
        <mxCell id="v2OB34sA-GqR4EwWEd6K-68" edge="1" parent="1" source="v2OB34sA-GqR4EwWEd6K-64" style="edgeStyle=orthogonalEdgeStyle;rounded=0;orthogonalLoop=1;jettySize=auto;html=1;" target="v2OB34sA-GqR4EwWEd6K-61">
          <mxGeometry relative="1" as="geometry" />
        </mxCell>
        <mxCell id="v2OB34sA-GqR4EwWEd6K-64" parent="1" style="ellipse;whiteSpace=wrap;html=1;aspect=fixed;" value="parseFormula()" vertex="1">
          <mxGeometry height="80" width="80" x="870" y="550" as="geometry" />
        </mxCell>
        <mxCell id="v2OB34sA-GqR4EwWEd6K-73" edge="1" parent="1" source="v2OB34sA-GqR4EwWEd6K-42" style="edgeStyle=orthogonalEdgeStyle;rounded=0;orthogonalLoop=1;jettySize=auto;html=1;" target="v2OB34sA-GqR4EwWEd6K-71" value="">
          <mxGeometry relative="1" as="geometry">
            <mxPoint x="810" y="710" as="sourcePoint" />
            <mxPoint x="1050" y="710" as="targetPoint" />
          </mxGeometry>
        </mxCell>
        <mxCell id="v2OB34sA-GqR4EwWEd6K-71" parent="1" style="ellipse;whiteSpace=wrap;html=1;aspect=fixed;" value="evaluateFormula" vertex="1">
-           <mxGeometry height="100" width="100" x="860" y="660" as="geometry" />
-         </mxCell>
-         <mxCell id="v2OB34sA-GqR4EwWEd6K-76" parent="1" style="triangle;whiteSpace=wrap;html=1;" value="user types&amp;nbsp;&lt;div&gt;then press enter or remove focus&lt;/div&gt;" vertex="1">
+           <mxGeometry height="100" width="100" x="850" y="725" as="geometry" />
+         </mxCell>
+         <mxCell id="v2OB34sA-GqR4EwWEd6K-76" parent="1" style="triangle;whiteSpace=wrap;html=1;" value="user types and press enter&amp;nbsp;&lt;div&gt;or remove focus (onBlur)&lt;/div&gt;" vertex="1">
          <mxGeometry height="145" width="130" x="1115" y="922.5" as="geometry" />
        </mxCell>
        <mxCell id="v2OB34sA-GqR4EwWEd6K-80" edge="1" parent="1" source="v2OB34sA-GqR4EwWEd6K-76" style="edgeStyle=orthogonalEdgeStyle;rounded=0;orthogonalLoop=1;jettySize=auto;html=1;entryX=0.855;entryY=1;entryDx=0;entryDy=-4.35;entryPerimeter=0;exitX=0.5;exitY=0;exitDx=0;exitDy=0;" target="v2OB34sA-GqR4EwWEd6K-41">
          <mxGeometry relative="1" as="geometry">
            <Array as="points">
              <mxPoint x="1180" y="836" />
              <mxPoint x="1101" y="836" />
            </Array>
          </mxGeometry>
        </mxCell>
        <mxCell id="v2OB34sA-GqR4EwWEd6K-82" edge="1" parent="1" source="v2OB34sA-GqR4EwWEd6K-41" style="edgeStyle=orthogonalEdgeStyle;rounded=0;orthogonalLoop=1;jettySize=auto;html=1;entryX=0.875;entryY=0.5;entryDx=0;entryDy=0;entryPerimeter=0;exitX=1;exitY=0.5;exitDx=0;exitDy=0;exitPerimeter=0;" target="v2OB34sA-GqR4EwWEd6K-38">
          <mxGeometry relative="1" as="geometry" />
        </mxCell>
        <mxCell id="v2OB34sA-GqR4EwWEd6K-84" connectable="0" parent="v2OB34sA-GqR4EwWEd6K-82" style="edgeLabel;html=1;align=center;verticalAlign=middle;resizable=0;points=[];" value="updateSheetData" vertex="1">
          <mxGeometry relative="1" x="-0.0014" as="geometry">
            <mxPoint as="offset" />
          </mxGeometry>
        </mxCell>
      </root>
    </mxGraphModel>
  </diagram>
</mxfile>
